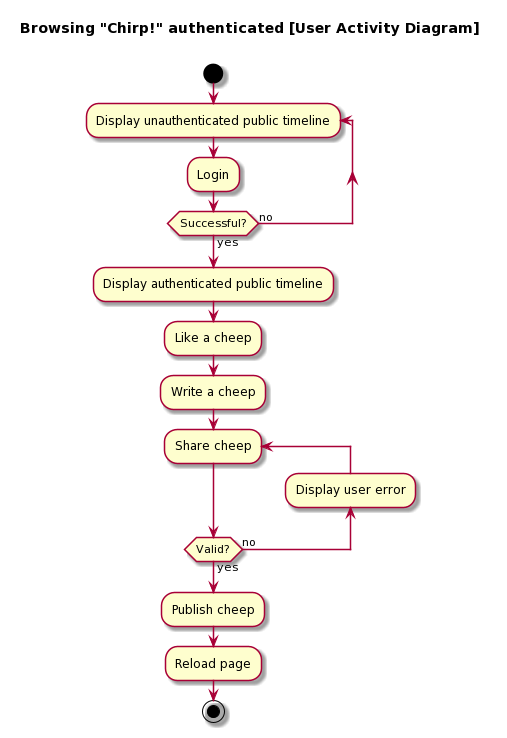
The PlantUML diagram docs/images/user-activity-diagrams/authenticated-user-activity-diagram.png in ITU-BDSA-GROUP5/Chirp, before a commit.
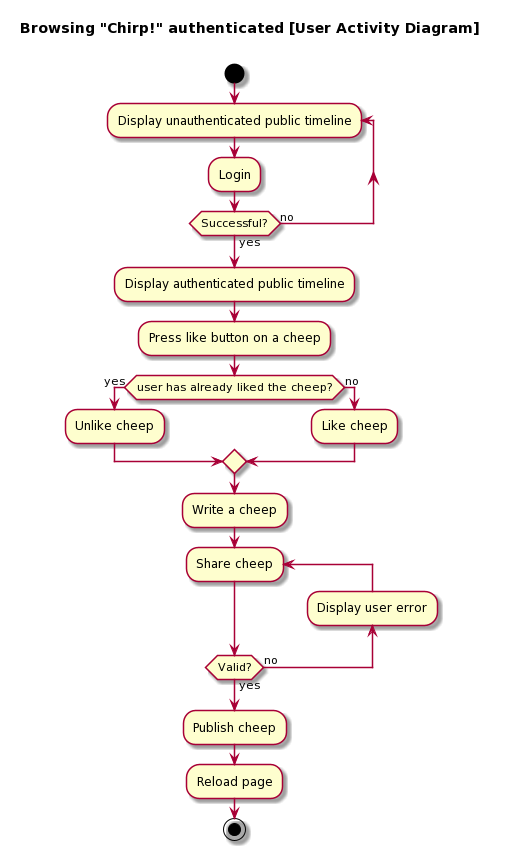
Above is the later version.

Commit message:
update auth diagram with like conditional

The edit, as a diff of the source:
```diff
@@ -14,7 +14,13 @@
 
 :Display authenticated public timeline;
 
-:Like a cheep;
+:Press like button on a cheep;
+
+if (user has already liked the cheep?) then (yes)
+  :Unlike cheep;
+else (no)
+  :Like cheep;
+endif
 
 :Write a cheep;
 
```
